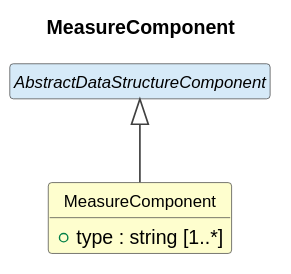
This is cdif-uml-model/DataDescriptionWithStructure/Classes/MeasureComponent.svg from Cross-Domain-Interoperability-Framework/metadataBuildingBlocks, a PlantUML export, as it was before one commit.
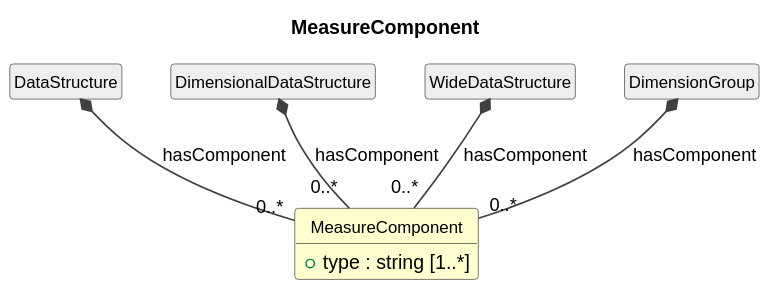
After the commit.

Diff of the diagram source:
```diff
@@ -13,6 +13,12 @@
 class "MeasureComponent" as MeasureComponent #FEFECE {
   +type : string [1..*]
 }
-abstract class "AbstractDataStructureComponent" as AbstractDataStructureComponent #D6EAF8
-AbstractDataStructureComponent <|-- MeasureComponent
+class "DataStructure" as DataStructure #EEEEEE
+DataStructure *-- "0..*" MeasureComponent : hasComponent
+class "DimensionalDataStructure" as DimensionalDataStructure #EEEEEE
+DimensionalDataStructure *-- "0..*" MeasureComponent : hasComponent
+class "WideDataStructure" as WideDataStructure #EEEEEE
+WideDataStructure *-- "0..*" MeasureComponent : hasComponent
+class "DimensionGroup" as DimensionGroup #EEEEEE
+DimensionGroup *-- "0..*" MeasureComponent : hasComponent
 @enduml
```
